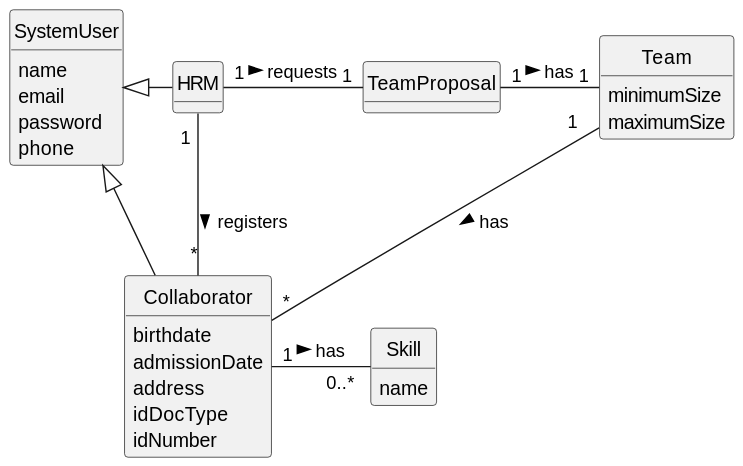
Departamento-de-Engenharia-Informatica/lei-24-s2-1do-g164 keeps this PlantUML diagram as docs/sprintB/us005/02.analysis/svg/us005-domain-model.svg. Above is the earlier version. Its diagram source:
```plantuml
@startuml
skinparam monochrome true
skinparam packageStyle rectangle
skinparam shadowing false


skinparam classAttributeIconSize 0

hide circle
hide methods

class HRM {

}

class SystemUser {
    name
    email
    password
    phone

}

class Collaborator {
    birthdate
    admissionDate
    address
    idDocType
    idNumber
}

class TeamProposal {
}

class Team {
minimumSize
maximumSize

}

class Skill {
    name
}

HRM "1 " - "*" Collaborator : registers >
HRM "1" - "1" TeamProposal : requests >
TeamProposal "1 " - "1" Team: has >
Team "1  " -- "*" Collaborator: has >
Collaborator "1 " - "0..* " Skill : has >
SystemUser <|- HRM
SystemUser <|-- Collaborator
@enduml
```
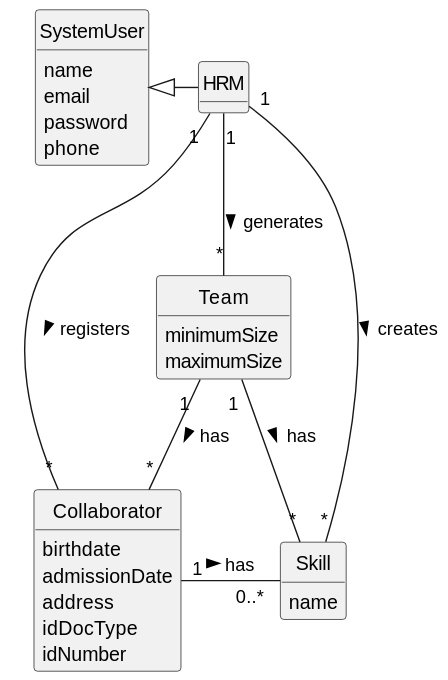
After the commit.

Change to the diagram source:
```diff
@@ -29,8 +29,7 @@
     idNumber
 }
 
-class TeamProposal {
-}
+
 
 class Team {
 minimumSize
@@ -43,10 +42,10 @@
 }
 
 HRM "1 " - "*" Collaborator : registers >
-HRM "1" - "1" TeamProposal : requests >
-TeamProposal "1 " - "1" Team: has >
-Team "1  " -- "*" Collaborator: has >
+HRM "1 " -- "*" Team : generates >
+Team "1 " -- "*" Collaborator: has >
+Team "1 " -- "*" Skill : has >
+HRM "1 " -- "*" Skill : creates >
 Collaborator "1 " - "0..* " Skill : has >
 SystemUser <|- HRM
-SystemUser <|-- Collaborator
 @enduml
```
